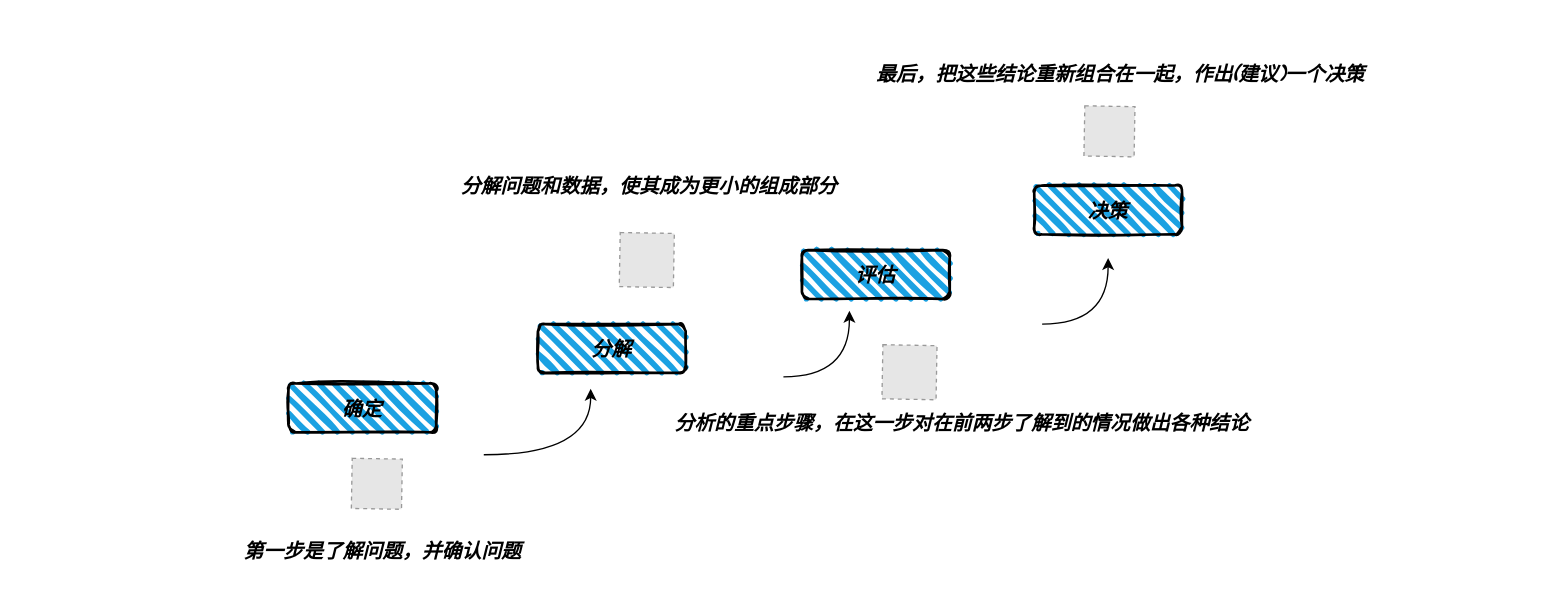
The draw.io diagram Untitled Diagram.drawio in RecordLiu/dataAnalysisBlogDiagrams, before the edit. Source tidied: cells renumbered, new cells numbered last; positions are measured from the earlier drawing's top-left corner, leaving out a move shared by most shapes. Both pictures are drawn from the tidied source at 132%, with x=0, y=0 at pixel (236, 59). Pictures stored in the file or linked from it are replaced by grey dashed boxes.
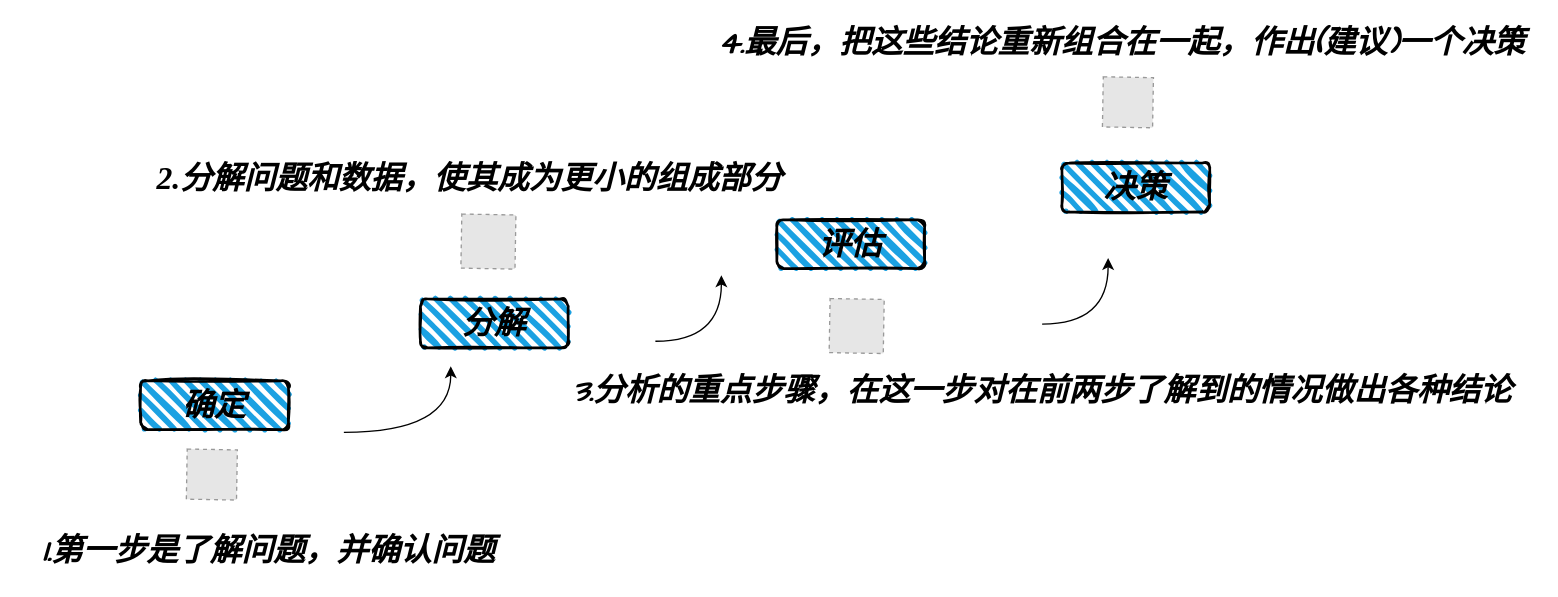
The same diagram, later.

Diff of the diagram source:
```diff
@@
-    <mxCell id="2" value="&lt;b style=&quot;font-size: 15px;&quot;&gt;&lt;font style=&quot;font-size: 15px;&quot;&gt;确定&lt;/font&gt;&lt;/b&gt;" style="rounded=1;whiteSpace=wrap;html=1;strokeWidth=2;fillWeight=4;hachureGap=8;hachureAngle=45;fillColor=#1ba1e2;sketch=1;fontStyle=2;fontSize=15;" parent="1" vertex="1">
-      <mxGeometry x="39" y="245" width="112" height="37" as="geometry" />
+    <mxCell id="2" value="&lt;b&gt;&lt;font style=&quot;font-size: 24px&quot;&gt;确定&lt;/font&gt;&lt;/b&gt;" style="rounded=1;whiteSpace=wrap;html=1;strokeWidth=2;fillWeight=4;hachureGap=8;hachureAngle=45;fillColor=#1ba1e2;sketch=1;fontStyle=2;fontSize=15;" parent="1" vertex="1">
+      <mxGeometry x="-73" y="243" width="112" height="37" as="geometry" />
     </mxCell>
-    <mxCell id="3" value="&lt;b&gt;&lt;font style=&quot;font-size: 15px&quot;&gt;分解&lt;/font&gt;&lt;/b&gt;" style="rounded=1;whiteSpace=wrap;html=1;strokeWidth=2;fillWeight=4;hachureGap=8;hachureAngle=45;fillColor=#1ba1e2;sketch=1;fontStyle=2;" parent="1" vertex="1">
-      <mxGeometry x="228" y="200" width="112" height="37" as="geometry" />
+    <mxCell id="3" value="&lt;b&gt;&lt;font style=&quot;font-size: 24px&quot;&gt;分解&lt;/font&gt;&lt;/b&gt;" style="rounded=1;whiteSpace=wrap;html=1;strokeWidth=2;fillWeight=4;hachureGap=8;hachureAngle=45;fillColor=#1ba1e2;sketch=1;fontStyle=2;" parent="1" vertex="1">
+      <mxGeometry x="139" y="181" width="112" height="37" as="geometry" />
     </mxCell>
-    <mxCell id="4" value="&lt;b&gt;&lt;font style=&quot;font-size: 15px&quot;&gt;评估&lt;/font&gt;&lt;/b&gt;" style="rounded=1;whiteSpace=wrap;html=1;strokeWidth=2;fillWeight=4;hachureGap=8;hachureAngle=45;fillColor=#1ba1e2;sketch=1;fontStyle=2;" parent="1" vertex="1">
-      <mxGeometry x="428" y="144" width="112" height="37" as="geometry" />
+    <mxCell id="4" value="&lt;b&gt;&lt;font style=&quot;font-size: 24px&quot;&gt;评估&lt;/font&gt;&lt;/b&gt;" style="rounded=1;whiteSpace=wrap;html=1;strokeWidth=2;fillWeight=4;hachureGap=8;hachureAngle=45;fillColor=#1ba1e2;sketch=1;fontStyle=2;" parent="1" vertex="1">
+      <mxGeometry x="409" y="121" width="112" height="37" as="geometry" />
     </mxCell>
-    <mxCell id="5" value="&lt;b&gt;&lt;font style=&quot;font-size: 15px&quot;&gt;决策&lt;/font&gt;&lt;/b&gt;" style="rounded=1;whiteSpace=wrap;html=1;strokeWidth=2;fillWeight=4;hachureGap=8;hachureAngle=45;fillColor=#1ba1e2;sketch=1;fontStyle=2;" parent="1" vertex="1">
-      <mxGeometry x="604" y="95" width="112" height="37" as="geometry" />
+    <mxCell id="5" value="&lt;b&gt;&lt;font style=&quot;font-size: 24px&quot;&gt;决策&lt;/font&gt;&lt;/b&gt;" style="rounded=1;whiteSpace=wrap;html=1;strokeWidth=2;fillWeight=4;hachureGap=8;hachureAngle=45;fillColor=#1ba1e2;sketch=1;fontStyle=2;" parent="1" vertex="1">
+      <mxGeometry x="625" y="78" width="112" height="37" as="geometry" />
     </mxCell>
     <mxCell id="6" style="curved=1;endArrow=classic;html=1;rounded=0;edgeStyle=orthogonalEdgeStyle;" parent="1" edge="1">
       <mxGeometry relative="1" as="geometry">
-        <mxPoint x="414" y="240" as="sourcePoint" />
-        <mxPoint x="464" y="190" as="targetPoint" />
+        <mxPoint x="317" y="213" as="sourcePoint" />
+        <mxPoint x="367" y="163" as="targetPoint" />
         <Array as="points">
-          <mxPoint x="464" y="240" />
-          <mxPoint x="414" y="190" />
+          <mxPoint x="367" y="213" />
+          <mxPoint x="317" y="163" />
         </Array>
       </mxGeometry>
     </mxCell>
     <mxCell id="7" style="curved=1;endArrow=classic;html=1;rounded=0;edgeStyle=orthogonalEdgeStyle;" parent="1" edge="1">
       <mxGeometry relative="1" as="geometry">
-        <mxPoint x="187" y="299" as="sourcePoint" />
-        <mxPoint x="268" y="249" as="targetPoint" />
+        <mxPoint x="81" y="282" as="sourcePoint" />
+        <mxPoint x="162" y="232" as="targetPoint" />
         <Array as="points">
-          <mxPoint x="268" y="299" />
+          <mxPoint x="162" y="282" />
         </Array>
       </mxGeometry>
     </mxCell>
@@
     <mxCell id="9" style="fillColor=#E6E6E6;strokeColor=#999999;dashed=1;verticalLabelPosition=bottom;verticalAlign=top;fontFamily=Comic Sans MS;fontStyle=1;rotation=1;fontSize=13;" parent="1" vertex="1">
-      <mxGeometry x="87" y="302" width="38" height="38" as="geometry" />
+      <mxGeometry x="-38" y="295" width="38" height="38" as="geometry" />
     </mxCell>
-    <mxCell id="10" value="&lt;div style=&quot;font-size: 15px&quot;&gt;&lt;font face=&quot;Comic Sans MS&quot; style=&quot;font-size: 15px&quot;&gt;&lt;i&gt;第一步是了解问题，并确认问题&lt;/i&gt;&lt;/font&gt;&lt;/div&gt;" style="text;html=1;align=center;verticalAlign=middle;strokeColor=none;fontFamily=Lucida Console;fontStyle=1;fontSize=15;" parent="1" vertex="1">
-      <mxGeometry y="361" width="220" height="23" as="geometry" />
+    <mxCell id="10" value="&lt;div&gt;&lt;font face=&quot;Comic Sans MS&quot; style=&quot;font-size: 24px&quot;&gt;&lt;i&gt;1.第一步是了解问题，并确认问题&lt;/i&gt;&lt;/font&gt;&lt;/div&gt;" style="text;html=1;align=center;verticalAlign=middle;strokeColor=none;fontFamily=Lucida Console;fontStyle=1;fontSize=15;" parent="1" vertex="1">
+      <mxGeometry x="-162" y="359" width="371" height="27" as="geometry" />
     </mxCell>
     <mxCell id="11" style="fillColor=#E6E6E6;strokeColor=#999999;dashed=1;verticalLabelPosition=bottom;verticalAlign=top;fontFamily=Lucida Console;rotation=1;" parent="1" vertex="1">
-      <mxGeometry x="290" y="131" width="41" height="41" as="geometry" />
+      <mxGeometry x="170" y="117" width="41" height="41" as="geometry" />
     </mxCell>
-    <mxCell id="12" value="&lt;font face=&quot;Times New Roman&quot; style=&quot;font-size: 15px&quot;&gt;&lt;i&gt;分解问题和数据，使其成为更小的组成部分&lt;/i&gt;&lt;/font&gt;" style="text;html=1;align=center;verticalAlign=middle;strokeColor=none;fontFamily=Comic Sans MS;fontStyle=1;fontSize=13;" parent="1" vertex="1">
-      <mxGeometry x="164" y="86" width="295" height="20" as="geometry" />
+    <mxCell id="12" value="&lt;font face=&quot;Times New Roman&quot; style=&quot;font-size: 24px&quot;&gt;&lt;i&gt;2.分解问题和数据，使其成为更小的组成部分&lt;/i&gt;&lt;/font&gt;" style="text;html=1;align=center;verticalAlign=middle;strokeColor=none;fontFamily=Comic Sans MS;fontStyle=1;fontSize=13;" parent="1" vertex="1">
+      <mxGeometry x="-66" y="78" width="484" height="23" as="geometry" />
     </mxCell>
     <mxCell id="13" style="fillColor=#E6E6E6;strokeColor=#999999;dashed=1;verticalLabelPosition=bottom;verticalAlign=top;fontFamily=Comic Sans MS;fontSize=11;rotation=1;" parent="1" vertex="1">
-      <mxGeometry x="489" y="216" width="41" height="41" as="geometry" />
+      <mxGeometry x="449" y="181" width="41" height="41" as="geometry" />
     </mxCell>
-    <mxCell id="14" value="&lt;i&gt;分析的重点步骤，在这一步对在前两步了解到的情况做出各种结论&lt;/i&gt;" style="text;html=1;align=center;verticalAlign=middle;strokeColor=none;fontSize=15;fontFamily=Comic Sans MS;fontStyle=1;" parent="1" vertex="1">
-      <mxGeometry x="326" y="265" width="445" height="22" as="geometry" />
+    <mxCell id="14" value="&lt;i&gt;&lt;font style=&quot;font-size: 24px&quot;&gt;3.分析的重点步骤，在这一步对在前两步了解到的情况做出各种结论&lt;/font&gt;&lt;/i&gt;" style="text;html=1;align=center;verticalAlign=middle;strokeColor=none;fontSize=15;fontFamily=Comic Sans MS;fontStyle=1;" parent="1" vertex="1">
+      <mxGeometry x="244" y="239" width="731" height="26" as="geometry" />
     </mxCell>
     <mxCell id="15" style="fillColor=#E6E6E6;strokeColor=#999999;dashed=1;verticalLabelPosition=bottom;verticalAlign=top;fontFamily=Comic Sans MS;fontSize=11;rotation=1;" parent="1" vertex="1">
-      <mxGeometry x="642" y="35" width="38" height="38" as="geometry" />
+      <mxGeometry x="656" y="13" width="38" height="38" as="geometry" />
     </mxCell>
-    <mxCell id="16" value="&lt;font style=&quot;font-size: 15px&quot;&gt;&lt;b style=&quot;font-size: 15px&quot;&gt;&lt;span style=&quot;font-size: 15px&quot;&gt;&lt;i&gt;最后，把这些结论重新组合在一起，作出(建议)一个决策&lt;/i&gt;&lt;/span&gt;&lt;/b&gt;&lt;/font&gt;" style="text;html=1;align=center;verticalAlign=middle;strokeColor=none;fontSize=15;fontFamily=Comic Sans MS;rotation=0;fontStyle=0;" parent="1" vertex="1">
-      <mxGeometry x="478" width="381" height="22" as="geometry" />
+    <mxCell id="16" value="&lt;font style=&quot;font-size: 24px&quot;&gt;&lt;b&gt;&lt;i&gt;4.最后，把这些结论重新组合在一起，作出(建议)一个决策&lt;/i&gt;&lt;/b&gt;&lt;/font&gt;" style="text;html=1;align=center;verticalAlign=middle;strokeColor=none;fontSize=15;fontFamily=Comic Sans MS;rotation=0;fontStyle=0;" parent="1" vertex="1">
+      <mxGeometry x="355" y="-25" width="629" height="26" as="geometry" />
     </mxCell>
```
